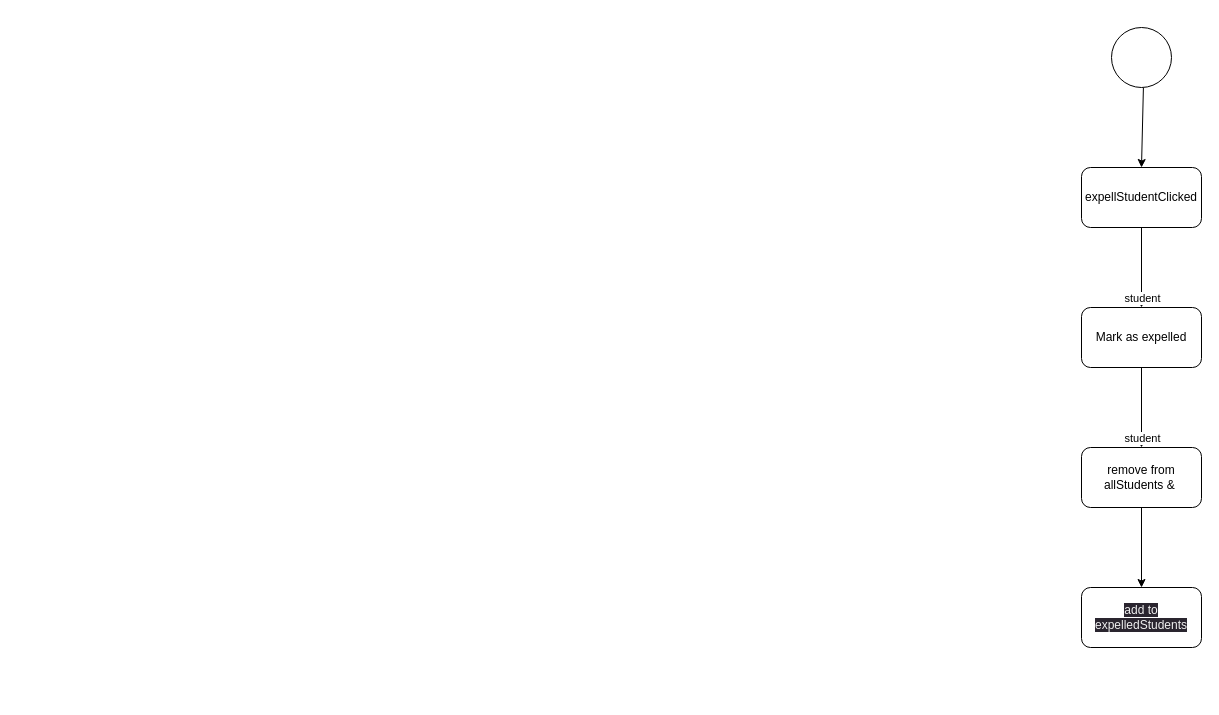
Earlier version of the draw.io diagram hacked_hogwards_student_list.drawio (TobiasRoland123/hacked_hogwards_student_list). Source tidied: cells renumbered, new cells numbered last; positions are measured from the earlier drawing's top-left corner, leaving out a move shared by most shapes. Both pictures are drawn from the tidied source at 100%, with x=0, y=0 at pixel (1081, 27).
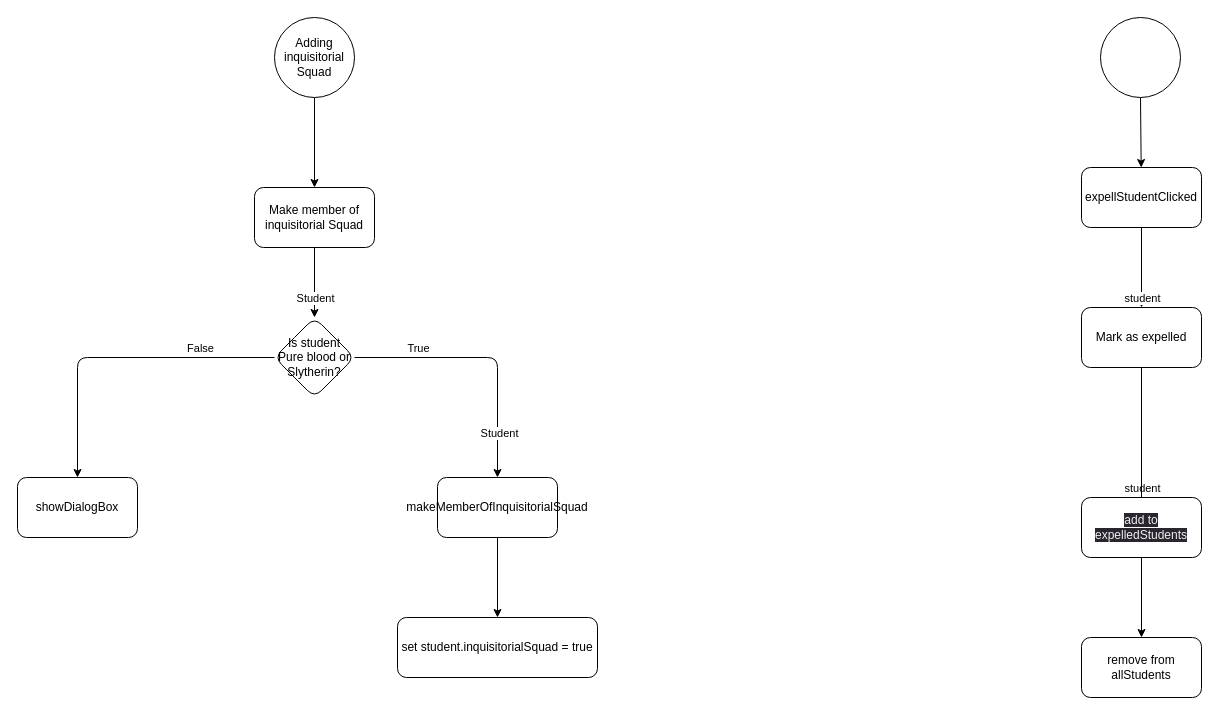
The same page after the edit.

Unchanged cells that the change refers to:
```xml
<mxCell id="6" value="expellStudentClicked" style="rounded=1;whiteSpace=wrap;html=1;" parent="1" vertex="1">
  <mxGeometry y="140" width="120" height="60" as="geometry" />
</mxCell>
<mxCell id="8" value="Mark as expelled" style="rounded=1;whiteSpace=wrap;html=1;" parent="1" vertex="1">
  <mxGeometry y="280" width="120" height="60" as="geometry" />
</mxCell>
```

Change to the diagram source:
```diff
@@
-    <mxCell id="2" style="edgeStyle=none;html=1;" parent="1" edge="1" source="3" target="6">
+    <mxCell id="2" style="edgeStyle=none;html=1;exitX=0.5;exitY=1;exitDx=0;exitDy=0;" parent="1" edge="1" source="16" target="6">
       <mxGeometry relative="1" as="geometry" />
     </mxCell>
-    <mxCell id="3" style="ellipse;whiteSpace=wrap;html=1;" parent="1" vertex="1">
-      <mxGeometry x="30" width="60" height="60" as="geometry" />
-    </mxCell>
@@
-    <mxCell id="7" style="edgeStyle=none;html=1;" parent="1" edge="1" source="8" target="10">
+    <mxCell id="7" style="edgeStyle=none;html=1;startArrow=none;" parent="1" edge="1" source="12" target="10">
       <mxGeometry relative="1" as="geometry" />
     </mxCell>
@@
-    <mxCell id="9" style="edgeStyle=none;html=1;" parent="1" edge="1" source="10" target="12">
-      <mxGeometry relative="1" as="geometry" />
-    </mxCell>
-    <mxCell id="10" value="remove from allStudents &amp;amp;&amp;nbsp;" style="rounded=1;whiteSpace=wrap;html=1;" parent="1" vertex="1">
-      <mxGeometry y="420" width="120" height="60" as="geometry" />
+    <mxCell id="10" value="remove from allStudents" style="rounded=1;whiteSpace=wrap;html=1;" parent="1" vertex="1">
+      <mxGeometry y="610" width="120" height="60" as="geometry" />
     </mxCell>
     <mxCell id="11" value="student" style="edgeLabel;html=1;align=center;verticalAlign=middle;" parent="1" vertex="1">
-      <mxGeometry x="60" y="410" as="geometry" />
+      <mxGeometry x="60" y="460" as="geometry" />
     </mxCell>
+    <mxCell id="13" style="edgeStyle=none;html=1;endArrow=none;" parent="1" edge="1" source="8" target="12">
+      <mxGeometry relative="1" as="geometry" />
+    </mxCell>
     <mxCell id="12" value="&lt;span style=&quot;color: rgb(240, 240, 240); font-family: Helvetica; font-size: 12px; font-style: normal; font-variant-ligatures: normal; font-variant-caps: normal; font-weight: 400; letter-spacing: normal; orphans: 2; text-align: center; text-indent: 0px; text-transform: none; widows: 2; word-spacing: 0px; -webkit-text-stroke-width: 0px; background-color: rgb(42, 37, 47); text-decoration-thickness: initial; text-decoration-style: initial; text-decoration-color: initial; float: none; display: inline !important;&quot;&gt;add to expelledStudents&lt;/span&gt;" style="rounded=1;whiteSpace=wrap;html=1;" parent="1" vertex="1">
-      <mxGeometry y="560" width="120" height="60" as="geometry" />
+      <mxGeometry y="470" width="120" height="60" as="geometry" />
     </mxCell>
+    <mxCell id="14" style="edgeStyle=none;html=1;" parent="1" edge="1" source="15" target="19">
+      <mxGeometry relative="1" as="geometry" />
+    </mxCell>
+    <mxCell id="15" value="Adding inquisitorial Squad" style="ellipse;whiteSpace=wrap;html=1;" parent="1" vertex="1">
+      <mxGeometry x="-807" y="-10" width="80" height="80" as="geometry" />
+    </mxCell>
+    <mxCell id="16" style="ellipse;whiteSpace=wrap;html=1;" parent="1" vertex="1">
+      <mxGeometry x="19" y="-10" width="80" height="80" as="geometry" />
+    </mxCell>
+    <mxCell id="17" style="edgeStyle=none;html=1;" parent="1" edge="1" source="19" target="25">
+      <mxGeometry relative="1" as="geometry" />
+    </mxCell>
+    <mxCell id="18" value="Student" style="edgeLabel;html=1;align=center;verticalAlign=middle;" parent="17" vertex="1">
+      <mxGeometry x="0.25" y="-1" relative="1" as="geometry">
+        <mxPoint x="1" y="6" as="offset" />
+      </mxGeometry>
+    </mxCell>
+    <mxCell id="19" value="Make member of inquisitorial Squad" style="rounded=1;whiteSpace=wrap;html=1;" parent="1" vertex="1">
+      <mxGeometry x="-827" y="160" width="120" height="60" as="geometry" />
+    </mxCell>
+    <mxCell id="20" style="edgeStyle=none;html=1;" parent="1" edge="1" source="25" target="27">
+      <mxGeometry relative="1" as="geometry">
+        <Array as="points">
+          <mxPoint x="-584" y="330" />
+        </Array>
+      </mxGeometry>
+    </mxCell>
+    <mxCell id="21" value="Student" style="edgeLabel;html=1;align=center;verticalAlign=middle;" parent="20" vertex="1">
+      <mxGeometry x="0.65" y="1" relative="1" as="geometry">
+        <mxPoint y="1" as="offset" />
+      </mxGeometry>
+    </mxCell>
+    <mxCell id="22" value="True" style="edgeLabel;html=1;align=center;verticalAlign=middle;" parent="20" vertex="1">
+      <mxGeometry x="-0.53" y="2" relative="1" as="geometry">
+        <mxPoint x="1" y="-8" as="offset" />
+      </mxGeometry>
+    </mxCell>
+    <mxCell id="23" style="edgeStyle=none;html=1;" parent="1" edge="1" source="25" target="28">
+      <mxGeometry relative="1" as="geometry">
+        <Array as="points">
+          <mxPoint x="-1004" y="330" />
+        </Array>
+      </mxGeometry>
+    </mxCell>
+    <mxCell id="24" value="False" style="edgeLabel;html=1;align=center;verticalAlign=middle;" parent="23" vertex="1">
+      <mxGeometry x="-0.52" y="2" relative="1" as="geometry">
+        <mxPoint x="1" y="-12" as="offset" />
+      </mxGeometry>
+    </mxCell>
+    <mxCell id="25" value="Is student Pure blood or Slytherin?" style="rhombus;whiteSpace=wrap;html=1;rounded=1;" parent="1" vertex="1">
+      <mxGeometry x="-807" y="290" width="80" height="80" as="geometry" />
+    </mxCell>
+    <mxCell id="26" style="edgeStyle=none;html=1;" parent="1" edge="1" source="27" target="29">
+      <mxGeometry relative="1" as="geometry" />
+    </mxCell>
+    <mxCell id="27" value="makeMemberOfInquisitorialSquad" style="rounded=1;whiteSpace=wrap;html=1;" parent="1" vertex="1">
+      <mxGeometry x="-644" y="450" width="120" height="60" as="geometry" />
+    </mxCell>
+    <mxCell id="28" value="showDialogBox" style="rounded=1;whiteSpace=wrap;html=1;" parent="1" vertex="1">
+      <mxGeometry x="-1064" y="450" width="120" height="60" as="geometry" />
+    </mxCell>
+    <mxCell id="29" value="set student.inquisitorialSquad = true" style="rounded=1;whiteSpace=wrap;html=1;" parent="1" vertex="1">
+      <mxGeometry x="-684" y="590" width="200" height="60" as="geometry" />
+    </mxCell>
```
